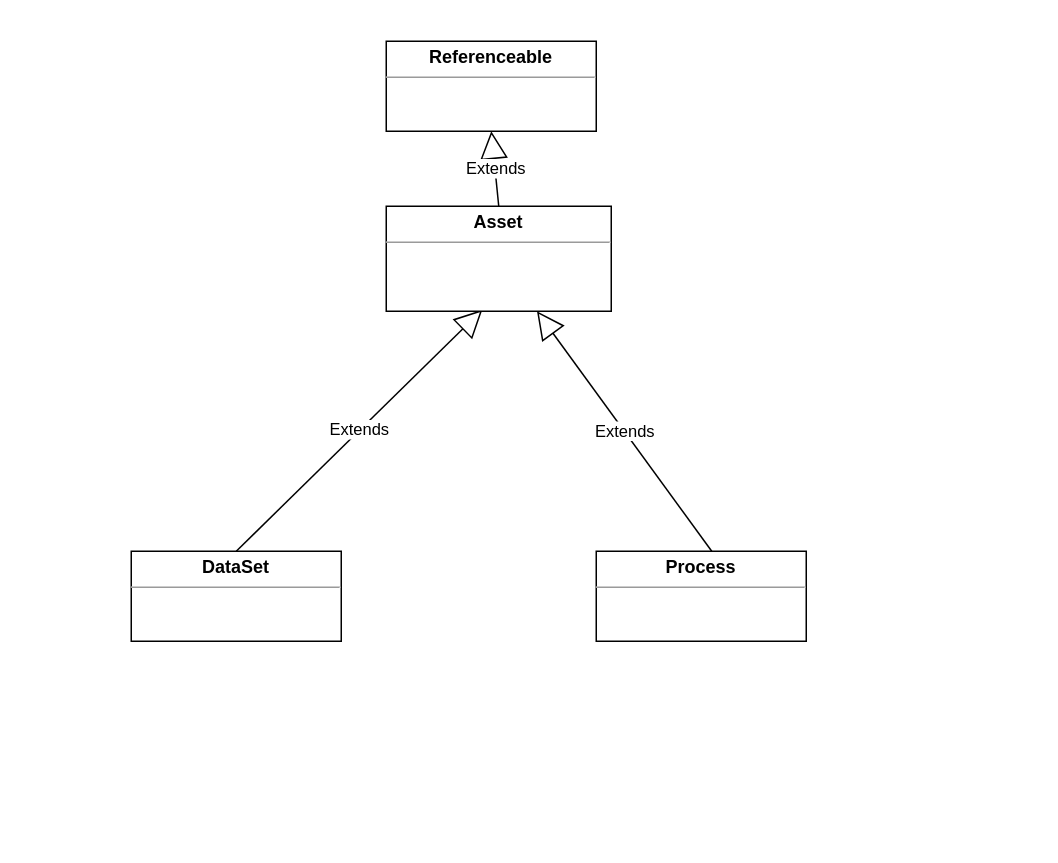
yshaojie/drawio keeps this draw.io diagram as files/Atlas数据模型.drawio. Above is the earlier version. Source tidied: cells renumbered, new cells numbered last; positions are measured from the earlier drawing's top-left corner, leaving out a move shared by most shapes. Both pictures are drawn from the tidied source at 150%, with x=0, y=0 at pixel (130, 40).
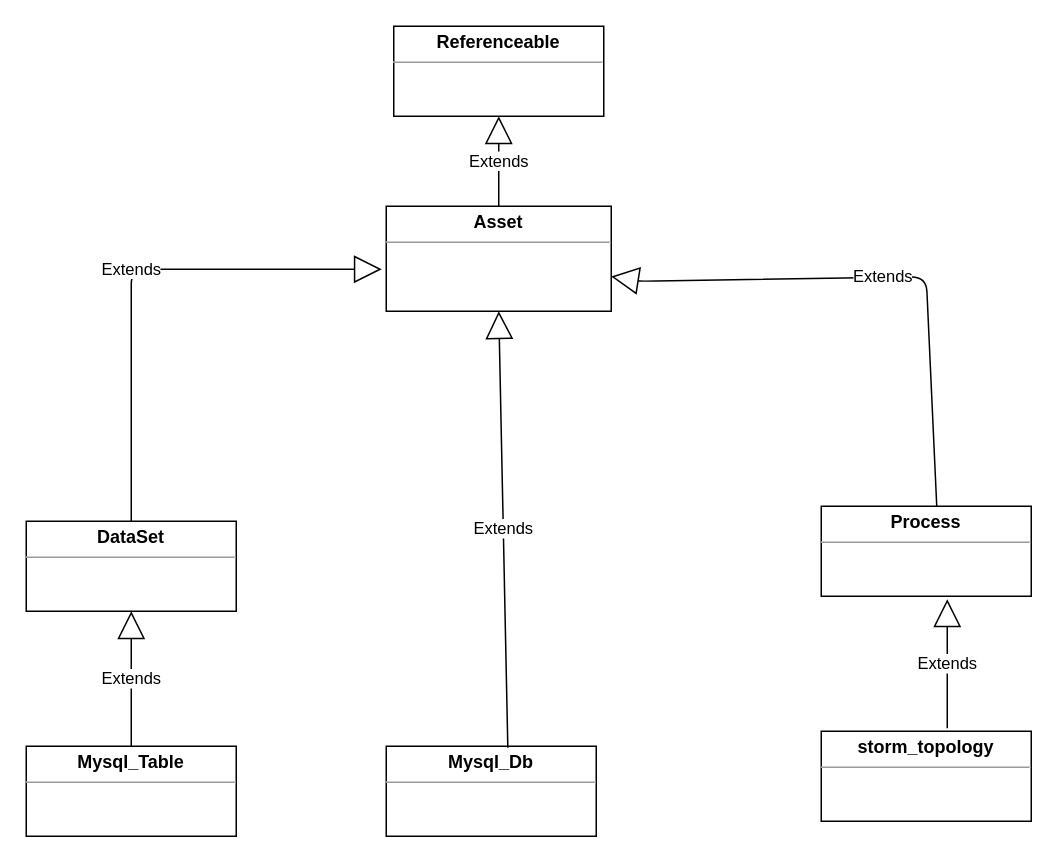
After the change.

Change to the diagram source:
```diff
@@
 <mxGraphModel>
   <root>
     <mxCell id="0" />
     <mxCell id="1" parent="0" />
     <mxCell id="2" value="&lt;p style=&quot;margin: 0px ; margin-top: 4px ; text-align: center&quot;&gt;&lt;b&gt;Referenceable&lt;/b&gt;&lt;br&gt;&lt;/p&gt;&lt;hr size=&quot;1&quot;&gt;&lt;div style=&quot;height: 2px&quot;&gt;&lt;/div&gt;" style="verticalAlign=top;align=left;overflow=fill;fontSize=12;fontFamily=Helvetica;html=1;" parent="1" vertex="1">
-      <mxGeometry x="170" width="140" height="60" as="geometry" />
+      <mxGeometry x="175" y="-10" width="140" height="60" as="geometry" />
     </mxCell>
     <mxCell id="3" value="&lt;p style=&quot;margin: 0px ; margin-top: 4px ; text-align: center&quot;&gt;&lt;b&gt;DataSet&lt;/b&gt;&lt;br&gt;&lt;/p&gt;&lt;hr size=&quot;1&quot;&gt;&lt;div style=&quot;height: 2px&quot;&gt;&lt;/div&gt;" style="verticalAlign=top;align=left;overflow=fill;fontSize=12;fontFamily=Helvetica;html=1;" parent="1" vertex="1">
-      <mxGeometry y="340" width="140" height="60" as="geometry" />
+      <mxGeometry x="-70" y="320" width="140" height="60" as="geometry" />
     </mxCell>
     <mxCell id="4" value="&lt;p style=&quot;margin: 0px ; margin-top: 4px ; text-align: center&quot;&gt;&lt;b&gt;Process&lt;/b&gt;&lt;br&gt;&lt;/p&gt;&lt;hr size=&quot;1&quot;&gt;&lt;div style=&quot;height: 2px&quot;&gt;&lt;/div&gt;" style="verticalAlign=top;align=left;overflow=fill;fontSize=12;fontFamily=Helvetica;html=1;" parent="1" vertex="1">
-      <mxGeometry x="310" y="340" width="140" height="60" as="geometry" />
+      <mxGeometry x="460" y="310" width="140" height="60" as="geometry" />
     </mxCell>
-    <mxCell id="5" value="Extends" style="endArrow=block;endSize=16;endFill=0;html=1;exitX=0.5;exitY=0;exitDx=0;exitDy=0;entryX=0.427;entryY=0.986;entryDx=0;entryDy=0;entryPerimeter=0;" parent="1" edge="1" source="3" target="7">
-      <mxGeometry relative="1" as="geometry" />
+    <mxCell id="5" value="Extends" style="endArrow=block;endSize=16;endFill=0;html=1;exitX=0.5;exitY=0;exitDx=0;exitDy=0;" parent="1" edge="1" source="3">
+      <mxGeometry relative="1" as="geometry">
+        <mxPoint x="167" y="152" as="targetPoint" />
+        <Array as="points">
+          <mxPoint y="152" />
+        </Array>
+      </mxGeometry>
     </mxCell>
     <mxCell id="6" value="Extends" style="endArrow=block;endSize=16;endFill=0;html=1;exitX=0.55;exitY=0;exitDx=0;exitDy=0;exitPerimeter=0;" parent="1" edge="1" source="4" target="7">
-      <mxGeometry relative="1" as="geometry" />
+      <mxGeometry relative="1" as="geometry">
+        <Array as="points">
+          <mxPoint x="530" y="157" />
+          <mxPoint x="340" y="160" />
+        </Array>
+      </mxGeometry>
     </mxCell>
     <mxCell id="7" value="&lt;p style=&quot;margin: 0px ; margin-top: 4px ; text-align: center&quot;&gt;&lt;b&gt;Asset&lt;/b&gt;&lt;br&gt;&lt;/p&gt;&lt;hr size=&quot;1&quot;&gt;&lt;div style=&quot;height: 2px&quot;&gt;&lt;/div&gt;" style="verticalAlign=top;align=left;overflow=fill;fontSize=12;fontFamily=Helvetica;html=1;" parent="1" vertex="1">
       <mxGeometry x="170" y="110" width="150" height="70" as="geometry" />
     </mxCell>
     <mxCell id="8" value="Extends" style="endArrow=block;endSize=16;endFill=0;html=1;entryX=0.5;entryY=1;entryDx=0;entryDy=0;exitX=0.5;exitY=0;exitDx=0;exitDy=0;" parent="1" edge="1" source="7" target="2">
       <mxGeometry relative="1" as="geometry" />
     </mxCell>
+    <mxCell id="9" value="&lt;p style=&quot;margin: 0px ; margin-top: 4px ; text-align: center&quot;&gt;&lt;b&gt;Mysql_Db&lt;/b&gt;&lt;/p&gt;&lt;hr size=&quot;1&quot;&gt;&lt;div style=&quot;height: 2px&quot;&gt;&lt;/div&gt;" style="verticalAlign=top;align=left;overflow=fill;fontSize=12;fontFamily=Helvetica;html=1;" parent="1" vertex="1">
+      <mxGeometry x="170" y="470" width="140" height="60" as="geometry" />
+    </mxCell>
+    <mxCell id="10" value="Extends" style="endArrow=block;endSize=16;endFill=0;html=1;entryX=0.5;entryY=1;entryDx=0;entryDy=0;exitX=0.579;exitY=0.017;exitDx=0;exitDy=0;exitPerimeter=0;" parent="1" edge="1" source="9" target="7">
+      <mxGeometry relative="1" as="geometry" />
+    </mxCell>
+    <mxCell id="11" value="&lt;p style=&quot;margin: 0px ; margin-top: 4px ; text-align: center&quot;&gt;&lt;b&gt;Mysql_Table&lt;/b&gt;&lt;/p&gt;&lt;hr size=&quot;1&quot;&gt;&lt;div style=&quot;height: 2px&quot;&gt;&lt;/div&gt;" style="verticalAlign=top;align=left;overflow=fill;fontSize=12;fontFamily=Helvetica;html=1;" parent="1" vertex="1">
+      <mxGeometry x="-70" y="470" width="140" height="60" as="geometry" />
+    </mxCell>
+    <mxCell id="12" value="Extends" style="endArrow=block;endSize=16;endFill=0;html=1;entryX=0.5;entryY=1;entryDx=0;entryDy=0;exitX=0.5;exitY=0;exitDx=0;exitDy=0;" parent="1" edge="1" source="11" target="3">
+      <mxGeometry relative="1" as="geometry" />
+    </mxCell>
+    <mxCell id="13" value="&lt;p style=&quot;margin: 0px ; margin-top: 4px ; text-align: center&quot;&gt;&lt;b&gt;storm_topology&lt;/b&gt;&lt;br&gt;&lt;/p&gt;&lt;hr size=&quot;1&quot;&gt;&lt;div style=&quot;height: 2px&quot;&gt;&lt;/div&gt;" style="verticalAlign=top;align=left;overflow=fill;fontSize=12;fontFamily=Helvetica;html=1;" parent="1" vertex="1">
+      <mxGeometry x="460" y="460" width="140" height="60" as="geometry" />
+    </mxCell>
+    <mxCell id="14" value="Extends" style="endArrow=block;endSize=16;endFill=0;html=1;entryX=0.6;entryY=1.033;entryDx=0;entryDy=0;entryPerimeter=0;" parent="1" edge="1" target="4">
+      <mxGeometry relative="1" as="geometry">
+        <mxPoint x="544" y="458" as="sourcePoint" />
+      </mxGeometry>
+    </mxCell>
   </root>
 </mxGraphModel>
```
